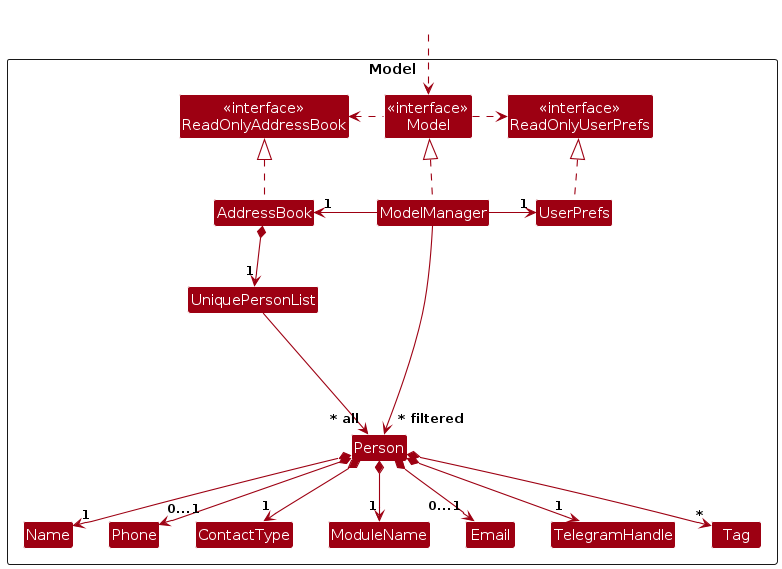
This is diagrams/ModelClassDiagram.png from SlothyCat/tp, a PlantUML export, as it was before one commit. Its source is kept beside it as diagrams/ModelClassDiagram.puml.
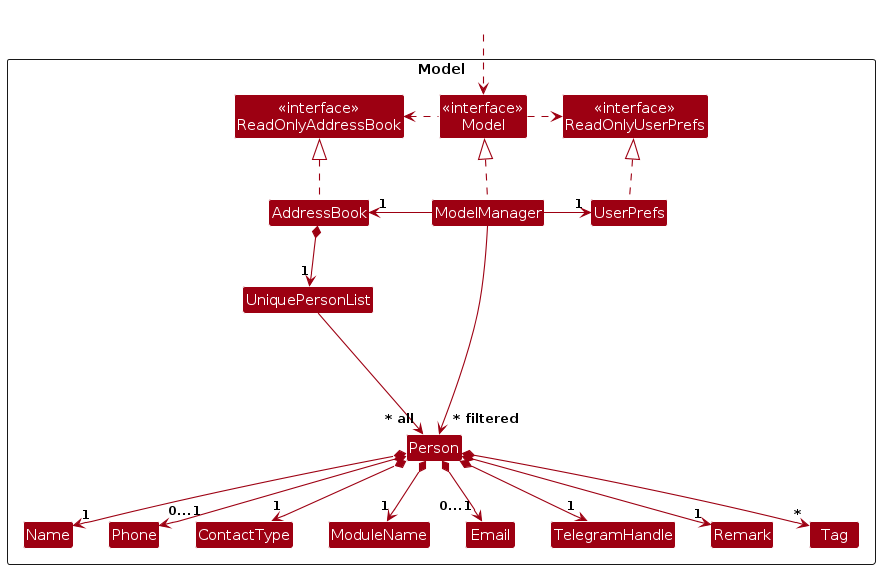
Above is the later version.

What changed in the source:
```diff
@@ -20,6 +20,7 @@
 Class Name
 Class Phone
 Class TelegramHandle
+Class Remark
 Class Tag
 
 Class I #FFFFFF
@@ -43,6 +44,7 @@
 Person *--> "1" TelegramHandle
 Person *--> "1" ModuleName
 Person *--> "1" Name
+Person *--> "1" Remark
 Person *--> "0...1"Phone
 Person *--> "0...1"Email
 Person *--> "*" Tag
```
